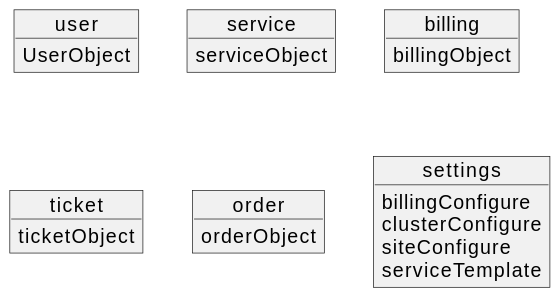
This is documents/db.svg from CaliNetwork/TransData, a PlantUML export, as it was before one commit. The source it was exported from:
```plantuml
@startuml
object user {
    UserObject
}
object service {
    serviceObject
}
object billing {
    billingObject
}
object ticket {
    ticketObject
}
object order {
    orderObject
}
object settings {
    billingConfigure
    clusterConfigure
    siteConfigure
    serviceTemplate
}
@enduml
```
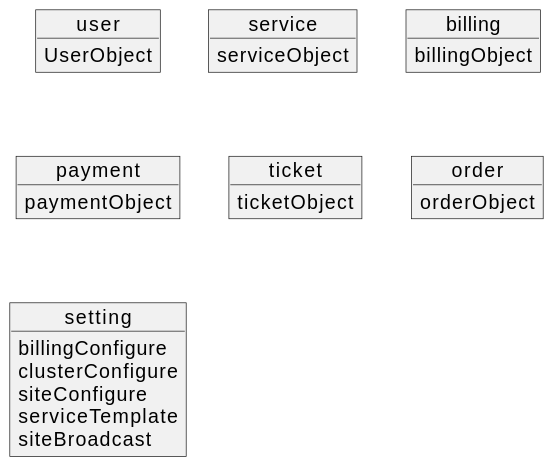
Above is the later version.

The edit, as a diff of the source:
```diff
@@ -8,16 +8,20 @@
 object billing {
     billingObject
 }
+object payment {
+    paymentObject
+}
 object ticket {
     ticketObject
 }
 object order {
     orderObject
 }
-object settings {
+object setting {
     billingConfigure
     clusterConfigure
     siteConfigure
     serviceTemplate
+    siteBroadcast
 }
 @enduml
```
